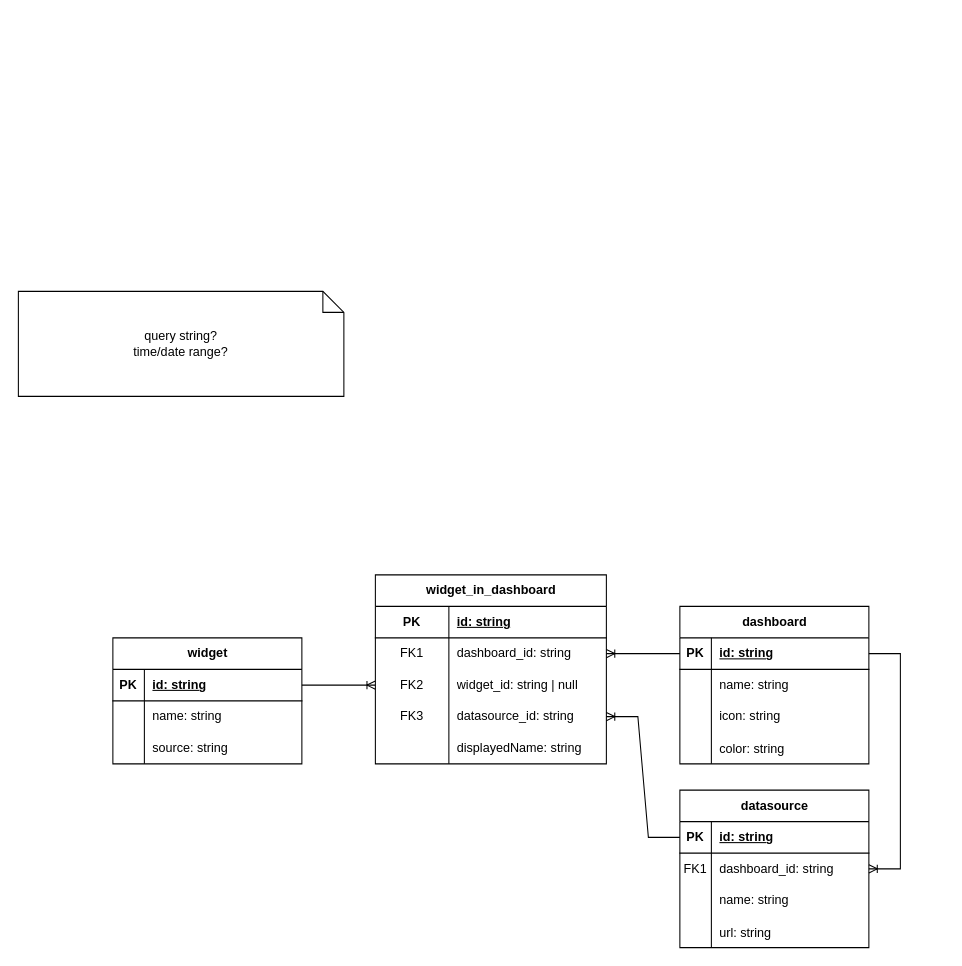
Earlier version of the draw.io diagram page "Page-1" (1 of 2) of dynagraph.drawio (HardenedHunter/dynagraph). Source tidied: cells renumbered, new cells numbered last; positions are measured from the earlier drawing's top-left corner, leaving out a move shared by most shapes. Both pictures are drawn from the tidied source at 105%, with x=0, y=0 at pixel (18, 291).
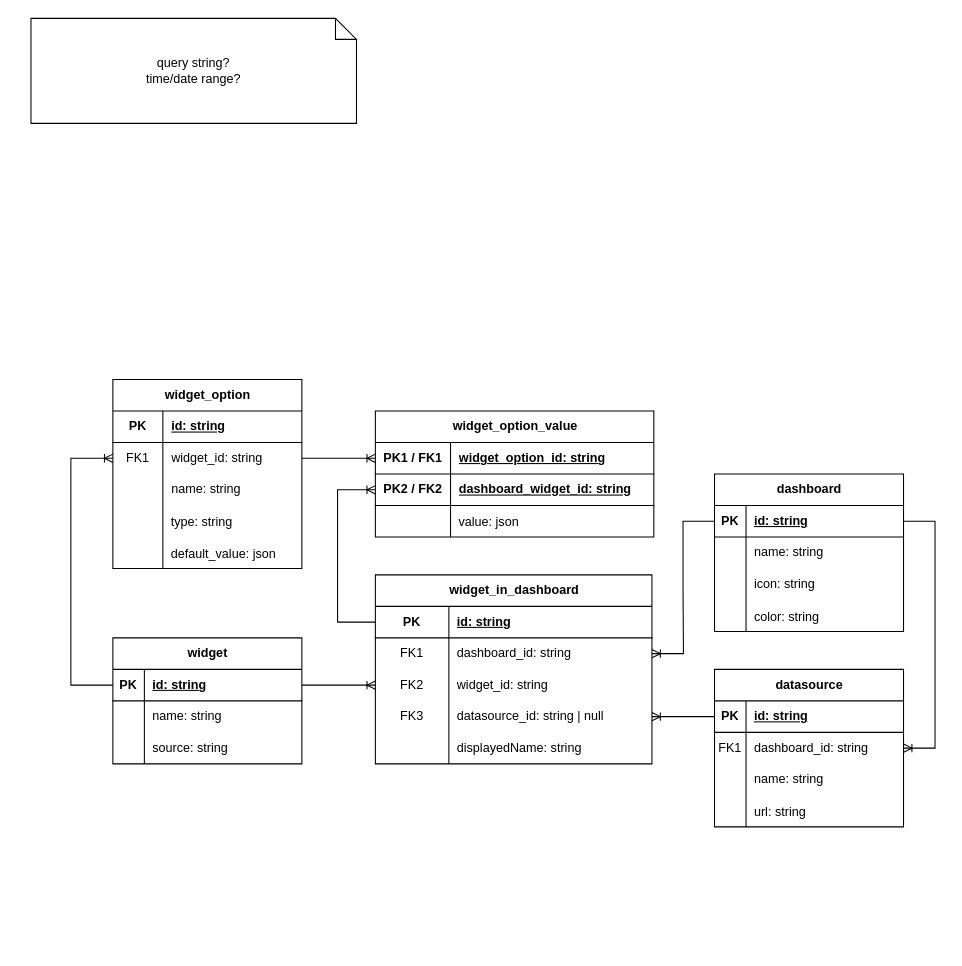
After the change.

The change refers to these unchanged cells:
```xml
<mxCell id="3" style="shape=tableRow;horizontal=0;startSize=0;swimlaneHead=0;swimlaneBody=0;fillColor=none;points=[[0,0.5],[1,0.5]];portConstraint=eastwest;top=0;left=0;right=0;bottom=1;" parent="2" vertex="1">
  <mxGeometry y="30" width="180" height="30" as="geometry" />
</mxCell>
```

The edit, as a diff of the source:
```diff
@@
     <mxCell id="12" value="dashboard" style="shape=table;startSize=30;childLayout=tableLayout;rowLines=0;fontStyle=1;align=center;html=1;swimlaneLine=1;" parent="1" vertex="1">
-      <mxGeometry x="630" y="300" width="180" height="150" as="geometry" />
+      <mxGeometry x="663" y="174" width="180" height="150" as="geometry" />
     </mxCell>
@@
     <mxCell id="25" value="widget_in_dashboard" style="shape=table;startSize=30;childLayout=tableLayout;rowLines=0;fontStyle=1;align=center;html=1;swimlaneLine=1;" parent="1" vertex="1">
-      <mxGeometry x="340" y="270" width="220" height="180" as="geometry" />
+      <mxGeometry x="340" y="270" width="263.4" height="180" as="geometry" />
     </mxCell>
     <mxCell id="26" style="shape=tableRow;horizontal=0;startSize=0;swimlaneHead=0;swimlaneBody=0;fillColor=none;top=0;left=0;right=0;bottom=1;" parent="25" vertex="1">
-      <mxGeometry y="30" width="220" height="30" as="geometry" />
+      <mxGeometry y="30" width="263.4" height="30" as="geometry" />
     </mxCell>
@@
     <mxCell id="28" value="id: string" style="shape=partialRectangle;fillColor=none;top=0;left=0;bottom=0;right=0;align=left;spacingLeft=6;fontStyle=5;overflow=hidden;whiteSpace=wrap;html=1;" parent="26" vertex="1">
-      <mxGeometry x="70" width="150" height="30" as="geometry" />
+      <mxGeometry x="70" width="193.4" height="30" as="geometry" />
     </mxCell>
     <mxCell id="29" style="shape=tableRow;horizontal=0;startSize=0;swimlaneHead=0;swimlaneBody=0;fillColor=none;points=[[0,0.5],[1,0.5]];portConstraint=eastwest;top=0;left=0;right=0;bottom=0;" parent="25" vertex="1">
-      <mxGeometry y="60" width="220" height="30" as="geometry" />
+      <mxGeometry y="60" width="263.4" height="30" as="geometry" />
     </mxCell>
@@
     <mxCell id="31" value="dashboard_id: string" style="shape=partialRectangle;fillColor=none;top=0;left=0;bottom=0;right=0;align=left;spacingLeft=6;fontStyle=0;overflow=hidden;whiteSpace=wrap;html=1;" parent="29" vertex="1">
-      <mxGeometry x="70" width="150" height="30" as="geometry" />
+      <mxGeometry x="70" width="193.4" height="30" as="geometry" />
     </mxCell>
     <mxCell id="32" style="shape=tableRow;horizontal=0;startSize=0;swimlaneHead=0;swimlaneBody=0;fillColor=none;points=[[0,0.5],[1,0.5]];portConstraint=eastwest;top=0;left=0;right=0;bottom=0;" parent="25" vertex="1">
-      <mxGeometry y="90" width="220" height="30" as="geometry" />
+      <mxGeometry y="90" width="263.4" height="30" as="geometry" />
     </mxCell>
@@
-    <mxCell id="34" value="widget_id: string | null" style="shape=partialRectangle;fillColor=none;top=0;left=0;bottom=0;right=0;align=left;spacingLeft=6;fontStyle=0;overflow=hidden;whiteSpace=wrap;html=1;" parent="32" vertex="1">
-      <mxGeometry x="70" width="150" height="30" as="geometry" />
+    <mxCell id="34" value="widget_id: string" style="shape=partialRectangle;fillColor=none;top=0;left=0;bottom=0;right=0;align=left;spacingLeft=6;fontStyle=0;overflow=hidden;whiteSpace=wrap;html=1;" parent="32" vertex="1">
+      <mxGeometry x="70" width="193.4" height="30" as="geometry" />
     </mxCell>
     <mxCell id="35" style="shape=tableRow;horizontal=0;startSize=0;swimlaneHead=0;swimlaneBody=0;fillColor=none;points=[[0,0.5],[1,0.5]];portConstraint=eastwest;top=0;left=0;right=0;bottom=0;" parent="25" vertex="1">
-      <mxGeometry y="120" width="220" height="30" as="geometry" />
+      <mxGeometry y="120" width="263.4" height="30" as="geometry" />
     </mxCell>
@@
-    <mxCell id="37" value="datasource_id: string" style="shape=partialRectangle;fillColor=none;top=0;left=0;bottom=0;right=0;align=left;spacingLeft=6;fontStyle=0;overflow=hidden;whiteSpace=wrap;html=1;" parent="35" vertex="1">
-      <mxGeometry x="70" width="150" height="30" as="geometry" />
+    <mxCell id="37" value="datasource_id: string | null" style="shape=partialRectangle;fillColor=none;top=0;left=0;bottom=0;right=0;align=left;spacingLeft=6;fontStyle=0;overflow=hidden;whiteSpace=wrap;html=1;" parent="35" vertex="1">
+      <mxGeometry x="70" width="193.4" height="30" as="geometry" />
     </mxCell>
     <mxCell id="38" style="shape=tableRow;horizontal=0;startSize=0;swimlaneHead=0;swimlaneBody=0;fillColor=none;top=0;left=0;right=0;bottom=0;" parent="25" vertex="1">
-      <mxGeometry y="150" width="220" height="30" as="geometry" />
+      <mxGeometry y="150" width="263.4" height="30" as="geometry" />
     </mxCell>
@@
     <mxCell id="40" value="displayedName: string" style="shape=partialRectangle;fillColor=none;top=0;left=0;bottom=0;right=0;align=left;spacingLeft=6;fontStyle=0;overflow=hidden;whiteSpace=wrap;html=1;" parent="38" vertex="1">
-      <mxGeometry x="70" width="150" height="30" as="geometry" />
+      <mxGeometry x="70" width="193.4" height="30" as="geometry" />
     </mxCell>
@@
     <mxCell id="44" value="query string?&lt;div&gt;time/date range?&lt;/div&gt;" style="shape=note;size=20;whiteSpace=wrap;html=1;" parent="1" vertex="1">
-      <mxGeometry width="310" height="100" as="geometry" />
+      <mxGeometry x="12" y="-260" width="310" height="100" as="geometry" />
     </mxCell>
     <mxCell id="45" value="datasource" style="shape=table;startSize=30;childLayout=tableLayout;rowLines=0;fontStyle=1;align=center;html=1;swimlaneLine=1;" parent="1" vertex="1">
-      <mxGeometry x="630" y="475" width="180" height="150" as="geometry" />
+      <mxGeometry x="663" y="360" width="180" height="150" as="geometry" />
     </mxCell>
@@
+    <mxCell id="60" value="widget_option" style="shape=table;startSize=30;childLayout=tableLayout;rowLines=0;fontStyle=1;align=center;html=1;swimlaneLine=1;" parent="1" vertex="1">
+      <mxGeometry x="90" y="84" width="180" height="180" as="geometry" />
+    </mxCell>
+    <mxCell id="61" style="shape=tableRow;horizontal=0;startSize=0;swimlaneHead=0;swimlaneBody=0;fillColor=none;top=0;left=0;right=0;bottom=1;" parent="60" vertex="1">
+      <mxGeometry y="30" width="180" height="30" as="geometry" />
+    </mxCell>
+    <mxCell id="62" value="PK" style="shape=partialRectangle;fillColor=none;top=0;left=0;bottom=0;right=0;fontStyle=1;overflow=hidden;whiteSpace=wrap;html=1;" parent="61" vertex="1">
+      <mxGeometry width="47.6" height="30" as="geometry" />
+    </mxCell>
+    <mxCell id="63" value="id: string" style="shape=partialRectangle;fillColor=none;top=0;left=0;bottom=0;right=0;align=left;spacingLeft=6;fontStyle=5;overflow=hidden;whiteSpace=wrap;html=1;" parent="61" vertex="1">
+      <mxGeometry x="47.6" width="132.4" height="30" as="geometry" />
+    </mxCell>
+    <mxCell id="64" style="shape=tableRow;horizontal=0;startSize=0;swimlaneHead=0;swimlaneBody=0;fillColor=none;points=[[0,0.5],[1,0.5]];portConstraint=eastwest;top=0;left=0;right=0;bottom=0;" parent="60" vertex="1">
+      <mxGeometry y="60" width="180" height="30" as="geometry" />
+    </mxCell>
+    <mxCell id="65" value="FK1" style="shape=partialRectangle;fillColor=none;top=0;left=0;bottom=0;right=0;overflow=hidden;whiteSpace=wrap;html=1;" parent="64" vertex="1">
+      <mxGeometry width="47.6" height="30" as="geometry" />
+    </mxCell>
+    <mxCell id="66" value="widget_id: string" style="shape=partialRectangle;fillColor=none;top=0;left=0;bottom=0;right=0;align=left;spacingLeft=6;overflow=hidden;whiteSpace=wrap;html=1;" parent="64" vertex="1">
+      <mxGeometry x="47.6" width="132.4" height="30" as="geometry" />
+    </mxCell>
+    <mxCell id="67" style="shape=tableRow;horizontal=0;startSize=0;swimlaneHead=0;swimlaneBody=0;fillColor=none;top=0;left=0;right=0;bottom=0;" parent="60" vertex="1">
+      <mxGeometry y="90" width="180" height="30" as="geometry" />
+    </mxCell>
+    <mxCell id="68" style="shape=partialRectangle;fillColor=none;top=0;left=0;bottom=0;right=0;overflow=hidden;whiteSpace=wrap;html=1;" parent="67" vertex="1">
+      <mxGeometry width="47.6" height="30" as="geometry" />
+    </mxCell>
+    <mxCell id="69" value="name: string" style="shape=partialRectangle;fillColor=none;top=0;left=0;bottom=0;right=0;align=left;spacingLeft=6;overflow=hidden;whiteSpace=wrap;html=1;" parent="67" vertex="1">
+      <mxGeometry x="47.6" width="132.4" height="30" as="geometry" />
+    </mxCell>
+    <mxCell id="70" style="shape=tableRow;horizontal=0;startSize=0;swimlaneHead=0;swimlaneBody=0;fillColor=none;top=0;left=0;right=0;bottom=0;" parent="60" vertex="1">
+      <mxGeometry y="120" width="180" height="30" as="geometry" />
+    </mxCell>
+    <mxCell id="71" style="shape=partialRectangle;fillColor=none;top=0;left=0;bottom=0;right=0;overflow=hidden;" parent="70" vertex="1">
+      <mxGeometry width="47.6" height="30" as="geometry" />
+    </mxCell>
+    <mxCell id="72" value="type: string" style="shape=partialRectangle;fillColor=none;top=0;left=0;bottom=0;right=0;align=left;spacingLeft=6;overflow=hidden;" parent="70" vertex="1">
+      <mxGeometry x="47.6" width="132.4" height="30" as="geometry" />
+    </mxCell>
+    <mxCell id="73" style="shape=tableRow;horizontal=0;startSize=0;swimlaneHead=0;swimlaneBody=0;fillColor=none;top=0;left=0;right=0;bottom=0;" parent="60" vertex="1">
+      <mxGeometry y="150" width="180" height="30" as="geometry" />
+    </mxCell>
+    <mxCell id="74" style="shape=partialRectangle;fillColor=none;top=0;left=0;bottom=0;right=0;overflow=hidden;" parent="73" vertex="1">
+      <mxGeometry width="47.6" height="30" as="geometry" />
+    </mxCell>
+    <mxCell id="75" value="default_value: json" style="shape=partialRectangle;fillColor=none;top=0;left=0;bottom=0;right=0;align=left;spacingLeft=6;overflow=hidden;" parent="73" vertex="1">
+      <mxGeometry x="47.6" width="132.4" height="30" as="geometry" />
+    </mxCell>
+    <mxCell id="76" style="edgeStyle=elbowEdgeStyle;fontSize=12;html=1;endArrow=ERoneToMany;rounded=0;strokeColor=default;exitX=0;exitY=0.5;exitDx=0;exitDy=0;entryX=0;entryY=0.5;entryDx=0;entryDy=0;" parent="1" edge="1" source="3" target="64">
+      <mxGeometry relative="1" as="geometry">
+        <Array as="points">
+          <mxPoint x="50" y="291" />
+        </Array>
+      </mxGeometry>
+    </mxCell>
+    <mxCell id="77" value="widget_option_value" style="shape=table;startSize=30;childLayout=tableLayout;rowLines=0;fontStyle=1;align=center;html=1;swimlaneLine=1;" parent="1" vertex="1">
+      <mxGeometry x="340" y="114" width="265.2" height="120" as="geometry" />
+    </mxCell>
+    <mxCell id="78" style="shape=tableRow;horizontal=0;startSize=0;swimlaneHead=0;swimlaneBody=0;fillColor=none;points=[[0,0.5],[1,0.5]];portConstraint=eastwest;top=0;left=0;right=0;bottom=1;" parent="77" vertex="1">
+      <mxGeometry y="30" width="265.2" height="30" as="geometry" />
+    </mxCell>
+    <mxCell id="79" value="PK1 / FK1" style="shape=partialRectangle;fillColor=none;top=0;left=0;bottom=0;right=0;fontStyle=1;overflow=hidden;whiteSpace=wrap;html=1;" parent="78" vertex="1">
+      <mxGeometry width="71.6" height="30" as="geometry" />
+    </mxCell>
+    <mxCell id="80" value="widget_option_id: string" style="shape=partialRectangle;fillColor=none;top=0;left=0;bottom=0;right=0;align=left;spacingLeft=6;fontStyle=5;overflow=hidden;whiteSpace=wrap;html=1;" parent="78" vertex="1">
+      <mxGeometry x="71.6" width="193.6" height="30" as="geometry" />
+    </mxCell>
+    <mxCell id="81" style="shape=tableRow;horizontal=0;startSize=0;swimlaneHead=0;swimlaneBody=0;fillColor=none;points=[[0,0.5],[1,0.5]];portConstraint=eastwest;top=0;left=0;right=0;bottom=1;" parent="77" vertex="1">
+      <mxGeometry y="60" width="265.2" height="30" as="geometry" />
+    </mxCell>
+    <mxCell id="82" value="PK2 / FK2" style="shape=partialRectangle;fillColor=none;top=0;left=0;bottom=0;right=0;fontStyle=1;overflow=hidden;whiteSpace=wrap;html=1;" parent="81" vertex="1">
+      <mxGeometry width="71.6" height="30" as="geometry" />
+    </mxCell>
+    <mxCell id="83" value="dashboard_widget_id: string" style="shape=partialRectangle;fillColor=none;top=0;left=0;bottom=0;right=0;align=left;spacingLeft=6;fontStyle=5;overflow=hidden;whiteSpace=wrap;html=1;" parent="81" vertex="1">
+      <mxGeometry x="71.6" width="193.6" height="30" as="geometry" />
+    </mxCell>
+    <mxCell id="84" style="shape=tableRow;horizontal=0;startSize=0;swimlaneHead=0;swimlaneBody=0;fillColor=none;top=0;left=0;right=0;bottom=0;" parent="77" vertex="1">
+      <mxGeometry y="90" width="265.2" height="30" as="geometry" />
+    </mxCell>
+    <mxCell id="85" style="shape=partialRectangle;fillColor=none;top=0;left=0;bottom=0;right=0;overflow=hidden;" parent="84" vertex="1">
+      <mxGeometry width="71.6" height="30" as="geometry" />
+    </mxCell>
+    <mxCell id="86" value="value: json" style="shape=partialRectangle;fillColor=none;top=0;left=0;bottom=0;right=0;align=left;spacingLeft=6;overflow=hidden;" parent="84" vertex="1">
+      <mxGeometry x="71.6" width="193.6" height="30" as="geometry" />
+    </mxCell>
+    <mxCell id="87" style="edgeStyle=elbowEdgeStyle;fontSize=12;html=1;endArrow=ERoneToMany;rounded=0;exitX=1;exitY=0.5;exitDx=0;exitDy=0;entryX=0;entryY=0.5;entryDx=0;entryDy=0;" parent="1" edge="1" source="64" target="78">
+      <mxGeometry relative="1" as="geometry" />
+    </mxCell>
+    <mxCell id="88" style="edgeStyle=elbowEdgeStyle;fontSize=12;html=1;endArrow=ERoneToMany;rounded=0;entryX=0;entryY=0.5;entryDx=0;entryDy=0;exitX=0;exitY=0.25;exitDx=0;exitDy=0;" parent="1" edge="1" source="25" target="81">
+      <mxGeometry relative="1" as="geometry">
+        <Array as="points">
+          <mxPoint x="304" y="252" />
+        </Array>
+      </mxGeometry>
+    </mxCell>
```
